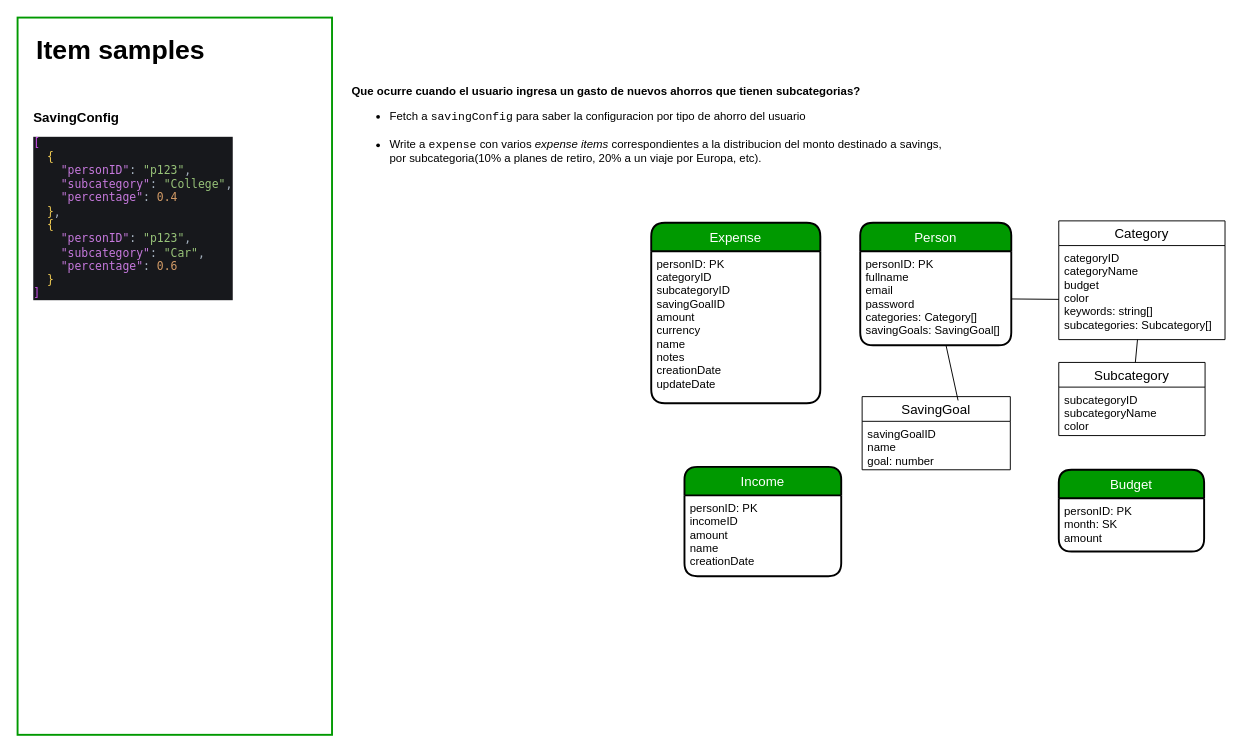
Before: diagrams/money-diagrams.drawio in JoelD7/money, a draw.io diagram. Source tidied: cells renumbered, new cells numbered last; positions are measured from the earlier drawing's top-left corner, leaving out a move shared by most shapes. Both pictures are drawn from the tidied source at 95%, with x=0, y=0 at pixel (17, 17).
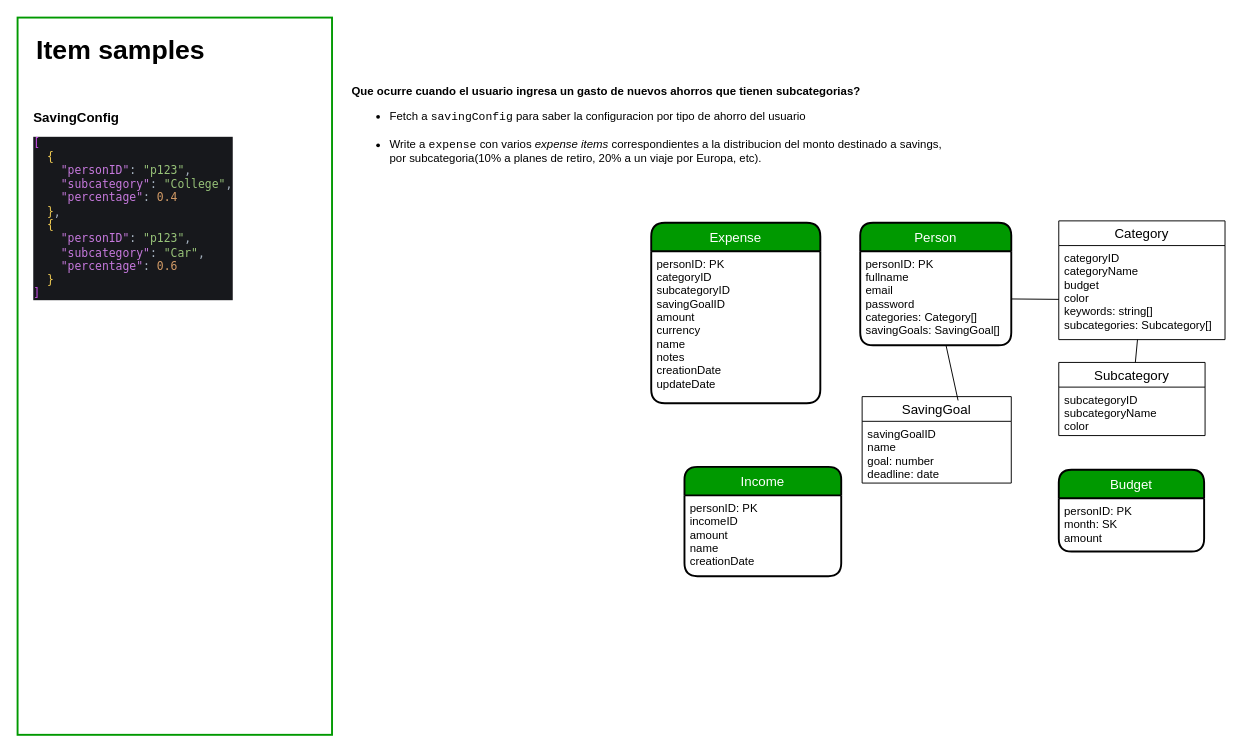
Above is the later version.

The edit, as a diff of the source:
```diff
@@
     <mxCell id="18" value="SavingGoal" style="swimlane;fontStyle=0;horizontal=1;startSize=26;align=center;fontSize=14;" parent="1" vertex="1">
-      <mxGeometry x="889" y="399" width="156" height="77" as="geometry" />
+      <mxGeometry x="889" y="399" width="157" height="91" as="geometry" />
     </mxCell>
@@
-    <mxCell id="20" value="savingGoalID&#10;name&#10;goal: number" style="text;strokeColor=none;fillColor=none;spacingLeft=4;spacingRight=4;overflow=hidden;fontSize=12;" parent="18" vertex="1">
-      <mxGeometry y="26" width="156" height="51" as="geometry" />
+    <mxCell id="20" value="savingGoalID&#10;name&#10;goal: number&#10;deadline: date" style="text;strokeColor=none;fillColor=none;spacingLeft=4;spacingRight=4;overflow=hidden;fontSize=12;" parent="18" vertex="1">
+      <mxGeometry y="26" width="157" height="65" as="geometry" />
     </mxCell>
```
